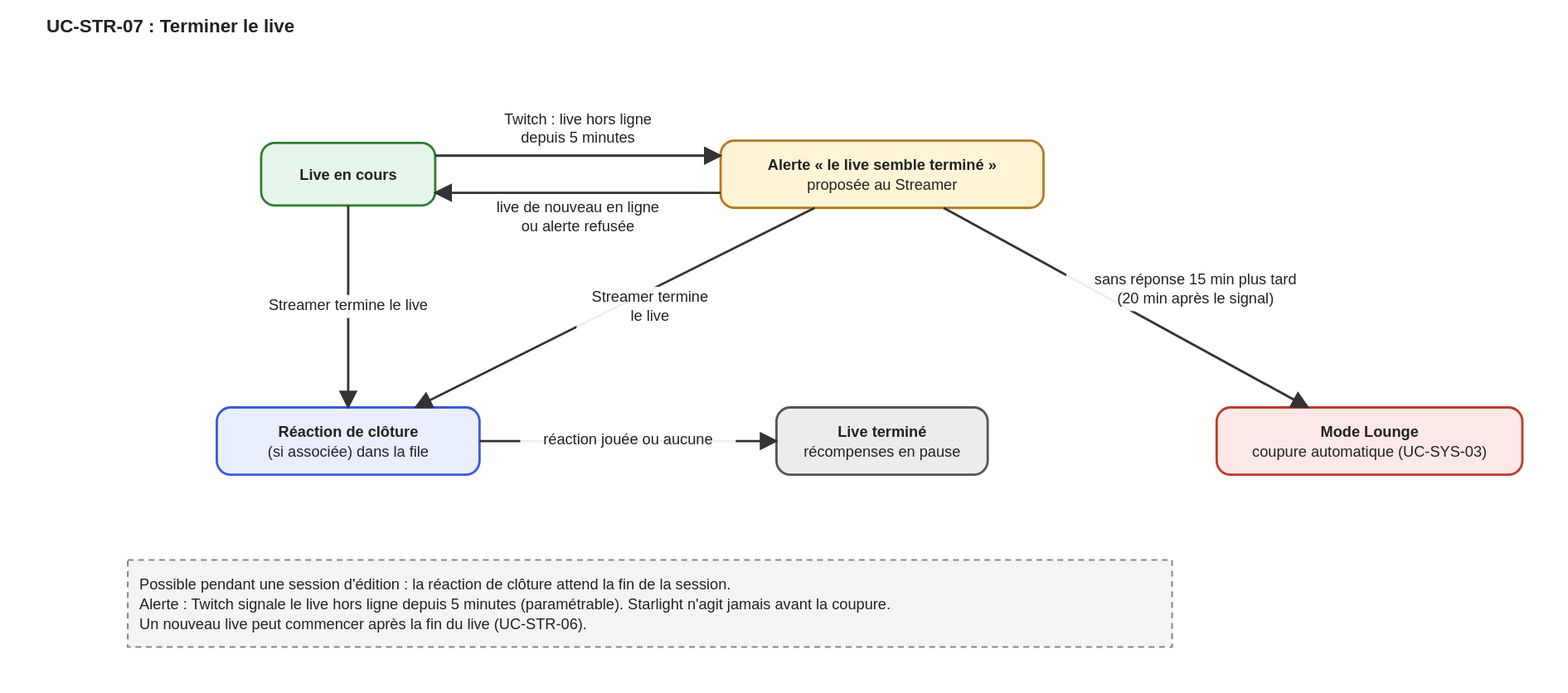
This is docs/01-besoin/cas-d-usage/UC-STR-07.drawio.svg from Has-san/Starlight, a draw.io export, as it was before one commit. Source tidied: cells renumbered, new cells last; positions are measured from the earlier drawing's top-left corner, leaving out a move shared by most shapes. Its diagram source:
```xml
<mxGraphModel>
  <root>
    <mxCell id="0" />
    <mxCell id="1" parent="0" />
    <mxCell id="2" value="Live en cours" style="rounded=1;whiteSpace=wrap;html=1;fillColor=#e6f4ea;strokeColor=#2e7d32;strokeWidth=2;fontSize=13;" parent="1" vertex="1">
      <mxGeometry x="115" y="2" width="150" height="54" as="geometry" />
    </mxCell>
    <mxCell id="3" value="Alerte « le live semble terminé »&lt;br&gt;proposée au Streamer" style="rounded=1;whiteSpace=wrap;html=1;fillColor=#fff4d6;strokeColor=#b7791f;strokeWidth=2;fontSize=13;" parent="1" vertex="1">
      <mxGeometry x="510.9" width="278.2" height="58" as="geometry" />
    </mxCell>
    <mxCell id="4" value="Réaction de clôture&lt;br&gt;(si associée) dans la file" style="rounded=1;whiteSpace=wrap;html=1;fillColor=#e8eefc;strokeColor=#3b5bdb;strokeWidth=2;fontSize=13;" parent="1" vertex="1">
      <mxGeometry x="76.8" y="230" width="226.4" height="58" as="geometry" />
    </mxCell>
    <mxCell id="5" value="Live terminé&lt;br&gt;récompenses en pause" style="rounded=1;whiteSpace=wrap;html=1;fillColor=#ececec;strokeColor=#555555;strokeWidth=2;fontSize=13;" parent="1" vertex="1">
      <mxGeometry x="559" y="230" width="182" height="58" as="geometry" />
    </mxCell>
    <mxCell id="6" value="Mode Lounge&lt;br&gt;coupure automatique (UC-SYS-03)" style="rounded=1;whiteSpace=wrap;html=1;fillColor=#fde8e8;strokeColor=#c0392b;strokeWidth=2;fontSize=13;" parent="1" vertex="1">
      <mxGeometry x="938.3" y="230" width="263.4" height="58" as="geometry" />
    </mxCell>
    <mxCell id="7" value="Possible pendant une session d'édition : la réaction de clôture attend la fin de la session.&lt;br&gt;Alerte : Twitch signale le live hors ligne depuis 5 minutes (paramétrable). Starlight n'agit jamais avant la coupure.&lt;br&gt;Un nouveau live peut commencer après la fin du live (UC-STR-06)." style="rounded=0;dashed=1;align=left;spacingLeft=8;whiteSpace=wrap;html=1;fillColor=#f4f4f4;strokeColor=#888888;strokeWidth=2;fontSize=13;" parent="1" vertex="1">
      <mxGeometry x="0.1" y="361.5" width="899.8" height="75" as="geometry" />
    </mxCell>
    <mxCell id="8" value="Twitch : live hors ligne&lt;br&gt;depuis 5 minutes" style="edgeStyle=none;html=1;endArrow=block;strokeWidth=2;fontSize=13;labelBackgroundColor=#ffffff;" parent="1" edge="1" source="2" target="3">
      <mxGeometry relative="1" as="geometry">
        <Array as="points">
          <mxPoint x="190" y="13" />
          <mxPoint x="650" y="13" />
        </Array>
      </mxGeometry>
    </mxCell>
    <mxCell id="9" value="live de nouveau en ligne&lt;br&gt;ou alerte refusée" style="edgeStyle=none;html=1;endArrow=block;strokeWidth=2;fontSize=13;labelBackgroundColor=#ffffff;" parent="1" edge="1" source="3" target="2">
      <mxGeometry relative="1" as="geometry">
        <Array as="points">
          <mxPoint x="650" y="45" />
          <mxPoint x="190" y="45" />
        </Array>
      </mxGeometry>
    </mxCell>
    <mxCell id="10" value="Streamer termine le live" style="edgeStyle=none;html=1;endArrow=block;strokeWidth=2;fontSize=13;labelBackgroundColor=#ffffff;" parent="1" edge="1" source="2" target="4">
      <mxGeometry relative="1" as="geometry" />
    </mxCell>
    <mxCell id="11" value="Streamer termine&lt;br&gt;le live" style="edgeStyle=none;html=1;endArrow=block;strokeWidth=2;fontSize=13;labelBackgroundColor=#ffffff;" parent="1" edge="1" source="3" target="4">
      <mxGeometry relative="1" as="geometry" />
    </mxCell>
    <mxCell id="12" value="réaction jouée ou aucune" style="edgeStyle=none;html=1;endArrow=block;strokeWidth=2;fontSize=13;labelBackgroundColor=#ffffff;" parent="1" edge="1" source="4" target="5">
      <mxGeometry relative="1" as="geometry" />
    </mxCell>
    <mxCell id="13" value="sans réponse 15 min plus tard&lt;br&gt;(20 min après le signal)" style="edgeStyle=none;html=1;endArrow=block;strokeWidth=2;fontSize=13;labelBackgroundColor=#ffffff;" parent="1" edge="1" source="3" target="6">
      <mxGeometry relative="1" as="geometry" />
    </mxCell>
  </root>
</mxGraphModel>
```
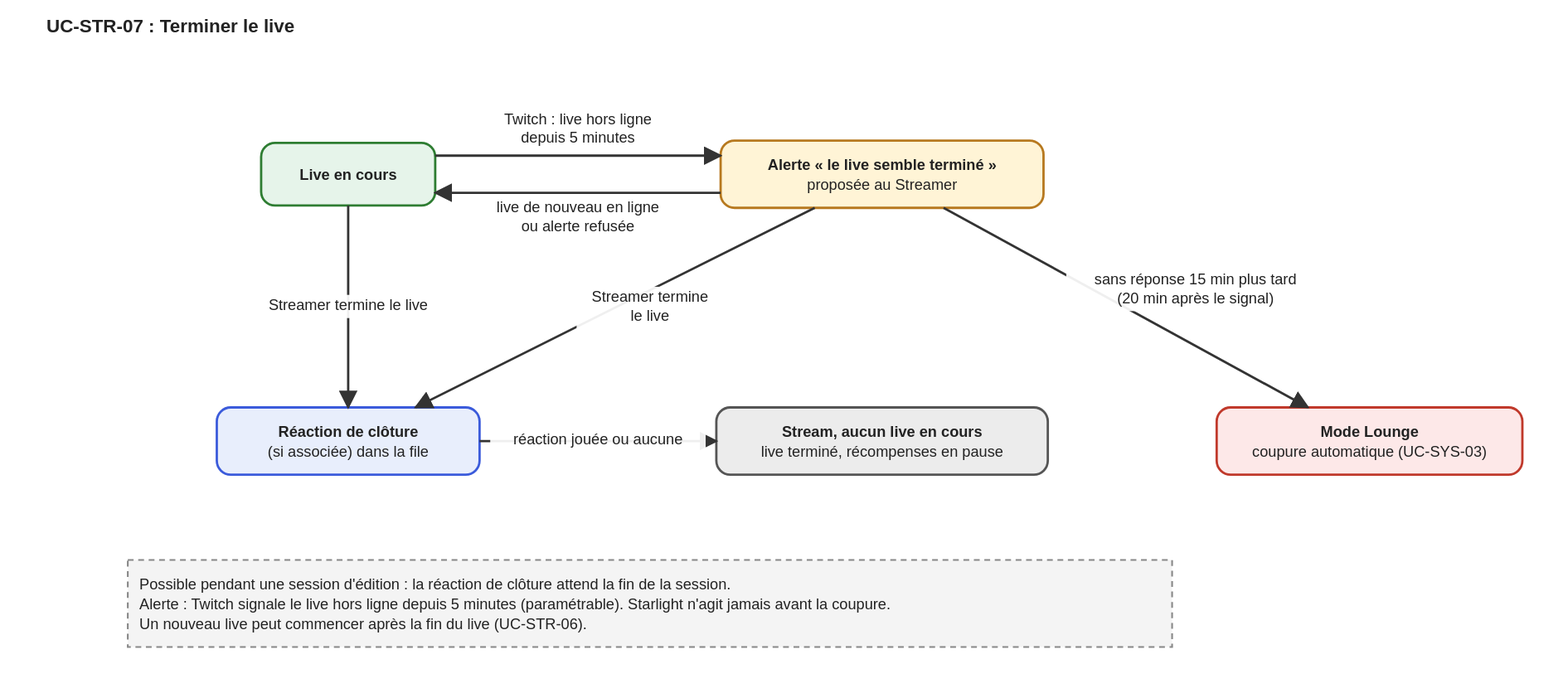
After the commit.

Commit message:
docs: fusionner les états sans live (UC-STR-06) et corriger des étiquettes inversées (UC-STR-08, ADM-04, ADM-12)

What changed in the source:
```diff
@@ -11,8 +11,8 @@
     <mxCell id="4" value="Réaction de clôture&lt;br&gt;(si associée) dans la file" style="rounded=1;whiteSpace=wrap;html=1;fillColor=#e8eefc;strokeColor=#3b5bdb;strokeWidth=2;fontSize=13;" parent="1" vertex="1">
       <mxGeometry x="76.8" y="230" width="226.4" height="58" as="geometry" />
     </mxCell>
-    <mxCell id="5" value="Live terminé&lt;br&gt;récompenses en pause" style="rounded=1;whiteSpace=wrap;html=1;fillColor=#ececec;strokeColor=#555555;strokeWidth=2;fontSize=13;" parent="1" vertex="1">
-      <mxGeometry x="559" y="230" width="182" height="58" as="geometry" />
+    <mxCell id="5" value="Stream, aucun live en cours&lt;br&gt;live terminé, récompenses en pause" style="rounded=1;whiteSpace=wrap;html=1;fillColor=#ececec;strokeColor=#555555;strokeWidth=2;fontSize=13;" parent="1" vertex="1">
+      <mxGeometry x="507.2" y="230" width="285.6" height="58" as="geometry" />
     </mxCell>
     <mxCell id="6" value="Mode Lounge&lt;br&gt;coupure automatique (UC-SYS-03)" style="rounded=1;whiteSpace=wrap;html=1;fillColor=#fde8e8;strokeColor=#c0392b;strokeWidth=2;fontSize=13;" parent="1" vertex="1">
       <mxGeometry x="938.3" y="230" width="263.4" height="58" as="geometry" />
```
